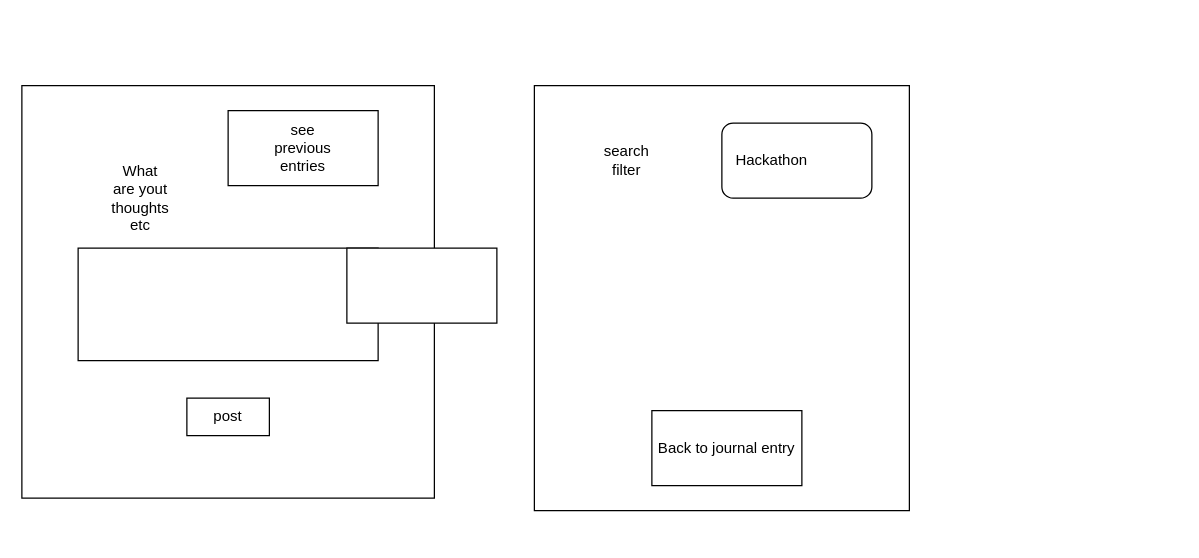
Above: Plan.drawio in steen4reals/SOC-hackathon-week5 (draw.io), before the change. Source tidied: cells renumbered, new cells numbered last; positions are measured from the earlier drawing's top-left corner, leaving out a move shared by most shapes. Both pictures are drawn from the tidied source at 125%, with x=0, y=0 at pixel (21, 85).
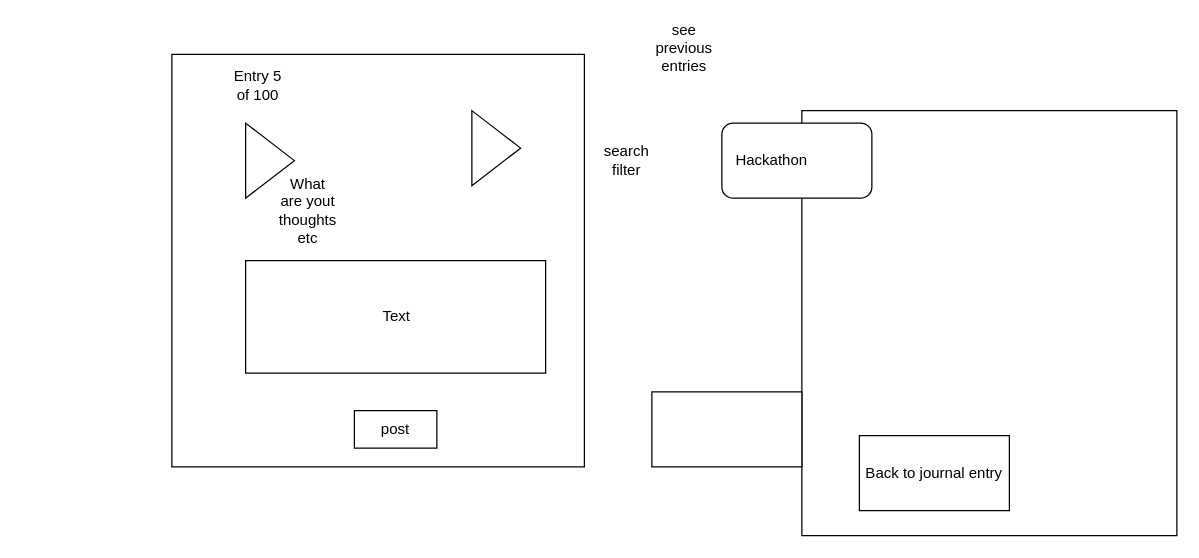
The same page after the edit.

Commit message:
server crashing

What changed in the source:
```diff
@@
 <mxGraphModel>
   <root>
     <mxCell id="0" />
     <mxCell id="1" parent="0" />
-    <mxCell id="2" style="group;" parent="1" vertex="1">
-      <mxGeometry width="330" height="330" as="geometry" />
-    </mxCell>
+    <mxCell id="10" style="rounded=0;whiteSpace=wrap;html=1;" parent="1" vertex="1">
+      <mxGeometry x="624" y="20" width="300" height="340" as="geometry" />
+    </mxCell>
+    <mxCell id="14" value="Back to journal entry" style="rounded=0;whiteSpace=wrap;html=1;" parent="1" vertex="1">
+      <mxGeometry x="670" y="280" width="120" height="60" as="geometry" />
+    </mxCell>
+    <mxCell id="15" style="rounded=0;whiteSpace=wrap;html=1;" parent="1" vertex="1">
+      <mxGeometry x="260" y="130" width="120" height="60" as="geometry" />
+    </mxCell>
+    <mxCell id="16" style="group;" parent="1" vertex="1">
+      <mxGeometry x="464" y="30" width="216" height="60" as="geometry" />
+    </mxCell>
+    <mxCell id="11" style="rounded=1;whiteSpace=wrap;html=1;" parent="16" vertex="1">
+      <mxGeometry x="96" width="120" height="60" as="geometry" />
+    </mxCell>
+    <mxCell id="12" value="search filter" style="text;html=1;strokeColor=none;fillColor=none;align=center;verticalAlign=middle;whiteSpace=wrap;rounded=0;" parent="16" vertex="1">
+      <mxGeometry y="20" width="40" height="20" as="geometry" />
+    </mxCell>
+    <mxCell id="13" value="Hackathon" style="text;html=1;strokeColor=none;fillColor=none;align=center;verticalAlign=middle;whiteSpace=wrap;rounded=0;" parent="16" vertex="1">
+      <mxGeometry x="116" y="20" width="40" height="20" as="geometry" />
+    </mxCell>
-    <mxCell id="3" style="whiteSpace=wrap;html=1;" parent="2" vertex="1">
-      <mxGeometry width="330" height="330" as="geometry" />
+    <mxCell id="3" style="whiteSpace=wrap;html=1;" parent="1" vertex="1">
+      <mxGeometry x="120" y="-25" width="330" height="330" as="geometry" />
     </mxCell>
-    <mxCell id="4" style="rounded=0;whiteSpace=wrap;html=1;" parent="2" vertex="1">
-      <mxGeometry x="45" y="130" width="240" height="90" as="geometry" />
+    <mxCell id="4" style="rounded=0;whiteSpace=wrap;html=1;" parent="1" vertex="1">
+      <mxGeometry x="179" y="140" width="240" height="90" as="geometry" />
     </mxCell>
-    <mxCell id="5" value="What are yout thoughts etc" style="text;html=1;strokeColor=none;fillColor=none;align=center;verticalAlign=middle;whiteSpace=wrap;rounded=0;" parent="2" vertex="1">
-      <mxGeometry x="75" y="80" width="40" height="20" as="geometry" />
+    <mxCell id="5" value="What are yout thoughts etc" style="text;html=1;strokeColor=none;fillColor=none;align=center;verticalAlign=middle;whiteSpace=wrap;rounded=0;" parent="1" vertex="1">
+      <mxGeometry x="209" y="90" width="40" height="20" as="geometry" />
     </mxCell>
-    <mxCell id="6" style="rounded=0;whiteSpace=wrap;html=1;" parent="2" vertex="1">
-      <mxGeometry x="132" y="250" width="66" height="30" as="geometry" />
+    <mxCell id="6" style="rounded=0;whiteSpace=wrap;html=1;" parent="1" vertex="1">
+      <mxGeometry x="266" y="260" width="66" height="30" as="geometry" />
     </mxCell>
-    <mxCell id="7" value="post" style="text;html=1;strokeColor=none;fillColor=none;align=center;verticalAlign=middle;whiteSpace=wrap;rounded=0;" parent="2" vertex="1">
-      <mxGeometry x="145" y="255" width="40" height="20" as="geometry" />
+    <mxCell id="7" value="post" style="text;html=1;strokeColor=none;fillColor=none;align=center;verticalAlign=middle;whiteSpace=wrap;rounded=0;" parent="1" vertex="1">
+      <mxGeometry x="279" y="265" width="40" height="20" as="geometry" />
     </mxCell>
-    <mxCell id="8" style="rounded=0;whiteSpace=wrap;html=1;" parent="2" vertex="1">
-      <mxGeometry x="165" y="20" width="120" height="60" as="geometry" />
+    <mxCell id="8" style="rounded=0;whiteSpace=wrap;html=1;" parent="1" vertex="1">
+      <mxGeometry x="504" y="245" width="120" height="60" as="geometry" />
     </mxCell>
-    <mxCell id="9" value="see previous entries" style="text;html=1;strokeColor=none;fillColor=none;align=center;verticalAlign=middle;whiteSpace=wrap;rounded=0;" parent="2" vertex="1">
-      <mxGeometry x="205" y="40" width="40" height="20" as="geometry" />
+    <mxCell id="9" value="see previous entries" style="text;html=1;strokeColor=none;fillColor=none;align=center;verticalAlign=middle;whiteSpace=wrap;rounded=0;" parent="1" vertex="1">
+      <mxGeometry x="510" y="-40" width="40" height="20" as="geometry" />
     </mxCell>
-    <mxCell id="10" style="rounded=0;whiteSpace=wrap;html=1;" parent="1" vertex="1">
-      <mxGeometry x="410" width="300" height="340" as="geometry" />
-    </mxCell>
-    <mxCell id="11" style="rounded=1;whiteSpace=wrap;html=1;" parent="1" vertex="1">
-      <mxGeometry x="560" y="30" width="120" height="60" as="geometry" />
-    </mxCell>
-    <mxCell id="12" value="search filter" style="text;html=1;strokeColor=none;fillColor=none;align=center;verticalAlign=middle;whiteSpace=wrap;rounded=0;" parent="1" vertex="1">
-      <mxGeometry x="464" y="50" width="40" height="20" as="geometry" />
-    </mxCell>
-    <mxCell id="13" value="Hackathon" style="text;html=1;strokeColor=none;fillColor=none;align=center;verticalAlign=middle;whiteSpace=wrap;rounded=0;" parent="1" vertex="1">
-      <mxGeometry x="580" y="50" width="40" height="20" as="geometry" />
-    </mxCell>
-    <mxCell id="14" value="Back to journal entry" style="rounded=0;whiteSpace=wrap;html=1;" parent="1" vertex="1">
-      <mxGeometry x="504" y="260" width="120" height="60" as="geometry" />
-    </mxCell>
-    <mxCell id="15" style="rounded=0;whiteSpace=wrap;html=1;" parent="1" vertex="1">
-      <mxGeometry x="260" y="130" width="120" height="60" as="geometry" />
-    </mxCell>
+    <mxCell id="17" style="triangle;whiteSpace=wrap;html=1;" parent="1" vertex="1">
+      <mxGeometry x="179" y="30" width="39" height="60" as="geometry" />
+    </mxCell>
+    <mxCell id="18" style="triangle;whiteSpace=wrap;html=1;" parent="1" vertex="1">
+      <mxGeometry x="360" y="20" width="39" height="60" as="geometry" />
+    </mxCell>
+    <mxCell id="19" value="Text" style="text;html=1;strokeColor=none;fillColor=none;align=center;verticalAlign=middle;whiteSpace=wrap;rounded=0;" parent="1" vertex="1">
+      <mxGeometry x="280" y="175" width="40" height="20" as="geometry" />
+    </mxCell>
+    <mxCell id="20" value="Entry 5 of 100" style="text;html=1;strokeColor=none;fillColor=none;align=center;verticalAlign=middle;whiteSpace=wrap;rounded=0;" parent="1" vertex="1">
+      <mxGeometry x="169" y="-10" width="40" height="20" as="geometry" />
+    </mxCell>
   </root>
 </mxGraphModel>
```
